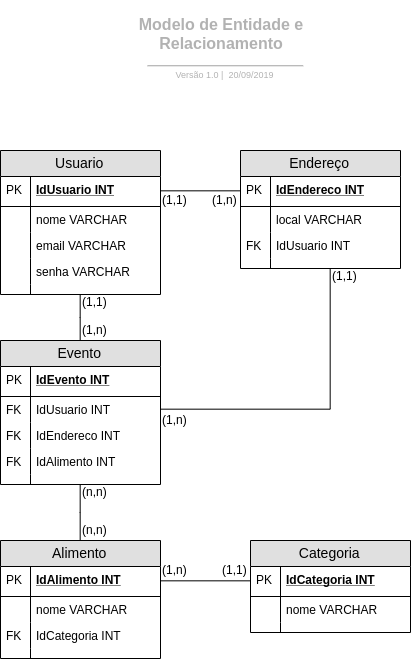
Above: docs/images/MER.png in fga-eps-mds/2019.2-FoodCare (draw.io), before the change. Source tidied: cells renumbered, new cells last; positions are measured from the earlier drawing's top-left corner, leaving out a move shared by most shapes. Its diagram source:
```xml
<mxGraphModel>
  <root>
    <mxCell id="0" />
    <mxCell id="1" parent="0" />
    <mxCell id="2" style="group;" parent="1" vertex="1">
      <mxGeometry x="130" width="190" height="83" as="geometry" />
    </mxCell>
    <mxCell id="3" style="group;" parent="2" vertex="1">
      <mxGeometry width="190" height="83" as="geometry" />
    </mxCell>
    <mxCell id="4" value="Modelo de Entidade e Relacionamento" style="html=1;whiteSpace=wrap;fontSize=16;fontColor=#b2b2b2;fontStyle=1;align=center;spacingLeft=5.628;spacingRight=9.38;spacingTop=2.68;spacing=4;strokeOpacity=0;fillOpacity=0;rounded=1;absoluteArcSize=1;arcSize=9.6;fillColor=#ffffff;strokeWidth=1.2;" parent="3" vertex="1">
      <mxGeometry width="187.7" height="65.2" as="geometry" />
    </mxCell>
    <mxCell id="5" style="html=1;jettySize=18;fontSize=11;strokeColor=#b2b2b2;strokeOpacity=100;strokeWidth=1.2;rounded=1;arcSize=16;startArrow=none;endArrow=none;exitX=0.11699004487890208;exitY=0.9673824779331781;exitPerimeter=1;entryX=0.892957226153803;entryY=0.9673824779331781;entryPerimeter=1;" parent="3" edge="1" source="4" target="4">
      <mxGeometry relative="1" as="geometry" />
    </mxCell>
    <mxCell id="6" value="Versão 1.0 |&amp;nbsp; 20/09/2019" style="html=1;whiteSpace=wrap;fontSize=9;fontColor=#b2b2b2;align=center;spacingLeft=5.628;spacingRight=9.38;spacingTop=2.68;spacing=4;strokeOpacity=0;fillOpacity=0;rounded=1;absoluteArcSize=1;arcSize=9.6;fillColor=#ffffff;strokeWidth=1.2;" parent="3" vertex="1">
      <mxGeometry x="1.7" y="65.2" width="188.3" height="17.8" as="geometry" />
    </mxCell>
    <mxCell id="7" value="Usuario" style="swimlane;fontStyle=0;horizontal=1;startSize=26;fillColor=#e0e0e0;swimlaneFillColor=#ffffff;align=center;fontSize=14;" parent="1" vertex="1">
      <mxGeometry y="150" width="160" height="144" as="geometry" />
    </mxCell>
    <mxCell id="8" value="IdUsuario INT" style="shape=partialRectangle;top=0;left=0;right=0;bottom=1;align=left;verticalAlign=middle;fillColor=none;spacingLeft=34;spacingRight=4;overflow=hidden;points=[[0,0.5],[1,0.5]];portConstraint=eastwest;fontStyle=5;fontSize=12;" parent="7" vertex="1">
      <mxGeometry y="26" width="160" height="30" as="geometry" />
    </mxCell>
    <mxCell id="9" value="PK" style="shape=partialRectangle;top=0;left=0;bottom=0;fillColor=none;align=left;verticalAlign=middle;spacingLeft=4;spacingRight=4;overflow=hidden;fontSize=12;" parent="8" vertex="1">
      <mxGeometry width="30" height="30" as="geometry" />
    </mxCell>
    <mxCell id="10" value="nome VARCHAR" style="shape=partialRectangle;top=0;left=0;right=0;bottom=0;align=left;verticalAlign=top;fillColor=none;spacingLeft=34;spacingRight=4;overflow=hidden;fontSize=12;" parent="7" vertex="1">
      <mxGeometry y="56" width="160" height="26" as="geometry" />
    </mxCell>
    <mxCell id="11" style="shape=partialRectangle;top=0;left=0;bottom=0;fillColor=none;align=left;verticalAlign=top;spacingLeft=4;spacingRight=4;overflow=hidden;fontSize=12;" parent="10" vertex="1">
      <mxGeometry width="30" height="26" as="geometry" />
    </mxCell>
    <mxCell id="12" value="email VARCHAR" style="shape=partialRectangle;top=0;left=0;right=0;bottom=0;align=left;verticalAlign=top;fillColor=none;spacingLeft=34;spacingRight=4;overflow=hidden;fontSize=12;" parent="7" vertex="1">
      <mxGeometry y="82" width="160" height="26" as="geometry" />
    </mxCell>
    <mxCell id="13" style="shape=partialRectangle;top=0;left=0;bottom=0;fillColor=none;align=left;verticalAlign=top;spacingLeft=4;spacingRight=4;overflow=hidden;fontSize=12;" parent="12" vertex="1">
      <mxGeometry width="30" height="26" as="geometry" />
    </mxCell>
    <mxCell id="14" value="senha VARCHAR" style="shape=partialRectangle;top=0;left=0;right=0;bottom=0;align=left;verticalAlign=top;fillColor=none;spacingLeft=34;spacingRight=4;overflow=hidden;fontSize=12;" parent="7" vertex="1">
      <mxGeometry y="108" width="160" height="26" as="geometry" />
    </mxCell>
    <mxCell id="15" style="shape=partialRectangle;top=0;left=0;bottom=0;fillColor=none;align=left;verticalAlign=top;spacingLeft=4;spacingRight=4;overflow=hidden;fontSize=12;" parent="14" vertex="1">
      <mxGeometry width="30" height="26" as="geometry" />
    </mxCell>
    <mxCell id="16" style="shape=partialRectangle;top=0;left=0;right=0;bottom=0;align=left;verticalAlign=top;fillColor=none;spacingLeft=34;spacingRight=4;overflow=hidden;fontSize=12;" parent="7" vertex="1">
      <mxGeometry y="134" width="160" height="10" as="geometry" />
    </mxCell>
    <mxCell id="17" style="shape=partialRectangle;top=0;left=0;bottom=0;fillColor=none;align=left;verticalAlign=top;spacingLeft=4;spacingRight=4;overflow=hidden;fontSize=12;" parent="16" vertex="1">
      <mxGeometry width="30" height="10" as="geometry" />
    </mxCell>
    <mxCell id="18" style="edgeStyle=orthogonalEdgeStyle;rounded=0;jettySize=auto;html=1;exitX=1;exitY=0.5;exitDx=0;exitDy=0;endArrow=none;endFill=0;entryX=0;entryY=0.5;entryDx=0;entryDy=0;" parent="1" edge="1" source="8" target="20">
      <mxGeometry relative="1" as="geometry" />
    </mxCell>
    <mxCell id="19" value="Endereço" style="swimlane;fontStyle=0;horizontal=1;startSize=26;fillColor=#e0e0e0;swimlaneFillColor=#ffffff;align=center;fontSize=14;" parent="1" vertex="1">
      <mxGeometry x="240" y="150" width="160" height="118" as="geometry" />
    </mxCell>
    <mxCell id="20" value="IdEndereco INT" style="shape=partialRectangle;top=0;left=0;right=0;bottom=1;align=left;verticalAlign=middle;fillColor=none;spacingLeft=34;spacingRight=4;overflow=hidden;points=[[0,0.5],[1,0.5]];portConstraint=eastwest;fontStyle=5;fontSize=12;" parent="19" vertex="1">
      <mxGeometry y="26" width="160" height="30" as="geometry" />
    </mxCell>
    <mxCell id="21" value="PK" style="shape=partialRectangle;top=0;left=0;bottom=0;fillColor=none;align=left;verticalAlign=middle;spacingLeft=4;spacingRight=4;overflow=hidden;fontSize=12;" parent="20" vertex="1">
      <mxGeometry width="30" height="30" as="geometry" />
    </mxCell>
    <mxCell id="22" value="local VARCHAR" style="shape=partialRectangle;top=0;left=0;right=0;bottom=0;align=left;verticalAlign=top;fillColor=none;spacingLeft=34;spacingRight=4;overflow=hidden;fontSize=12;" parent="19" vertex="1">
      <mxGeometry y="56" width="160" height="26" as="geometry" />
    </mxCell>
    <mxCell id="23" style="shape=partialRectangle;top=0;left=0;bottom=0;fillColor=none;align=left;verticalAlign=top;spacingLeft=4;spacingRight=4;overflow=hidden;fontSize=12;" parent="22" vertex="1">
      <mxGeometry width="30" height="26" as="geometry" />
    </mxCell>
    <mxCell id="24" value="IdUsuario INT" style="shape=partialRectangle;top=0;left=0;right=0;bottom=0;align=left;verticalAlign=top;fillColor=none;spacingLeft=34;spacingRight=4;overflow=hidden;fontSize=12;" parent="19" vertex="1">
      <mxGeometry y="82" width="160" height="26" as="geometry" />
    </mxCell>
    <mxCell id="25" value="FK" style="shape=partialRectangle;top=0;left=0;bottom=0;fillColor=none;align=left;verticalAlign=top;spacingLeft=4;spacingRight=4;overflow=hidden;fontSize=12;" parent="24" vertex="1">
      <mxGeometry width="30" height="26" as="geometry" />
    </mxCell>
    <mxCell id="26" style="shape=partialRectangle;top=0;left=0;right=0;bottom=0;align=left;verticalAlign=top;fillColor=none;spacingLeft=34;spacingRight=4;overflow=hidden;points=[[0,0.5],[1,0.5]];portConstraint=eastwest;fontSize=12;" parent="19" vertex="1">
      <mxGeometry y="108" width="160" height="10" as="geometry" />
    </mxCell>
    <mxCell id="27" style="shape=partialRectangle;top=0;left=0;bottom=0;fillColor=none;align=left;verticalAlign=top;spacingLeft=4;spacingRight=4;overflow=hidden;fontSize=12;" parent="26" vertex="1">
      <mxGeometry width="30" height="10" as="geometry" />
    </mxCell>
    <mxCell id="28" style="edgeStyle=orthogonalEdgeStyle;rounded=0;jettySize=auto;html=1;exitX=0.5;exitY=0;exitDx=0;exitDy=0;endArrow=none;endFill=0;" parent="1" edge="1" source="29" target="7">
      <mxGeometry relative="1" as="geometry" />
    </mxCell>
    <mxCell id="29" value="Evento" style="swimlane;fontStyle=0;horizontal=1;startSize=26;fillColor=#e0e0e0;swimlaneFillColor=#ffffff;align=center;fontSize=14;" parent="1" vertex="1">
      <mxGeometry y="340" width="160" height="144" as="geometry" />
    </mxCell>
    <mxCell id="30" value="IdEvento INT" style="shape=partialRectangle;top=0;left=0;right=0;bottom=1;align=left;verticalAlign=middle;fillColor=none;spacingLeft=34;spacingRight=4;overflow=hidden;fontStyle=5;fontSize=12;" parent="29" vertex="1">
      <mxGeometry y="26" width="160" height="30" as="geometry" />
    </mxCell>
    <mxCell id="31" value="PK" style="shape=partialRectangle;top=0;left=0;bottom=0;fillColor=none;align=left;verticalAlign=middle;spacingLeft=4;spacingRight=4;overflow=hidden;fontSize=12;" parent="30" vertex="1">
      <mxGeometry width="30" height="30" as="geometry" />
    </mxCell>
    <mxCell id="32" value="IdUsuario INT" style="shape=partialRectangle;top=0;left=0;right=0;bottom=0;align=left;verticalAlign=top;fillColor=none;spacingLeft=34;spacingRight=4;overflow=hidden;fontSize=12;" parent="29" vertex="1">
      <mxGeometry y="56" width="160" height="26" as="geometry" />
    </mxCell>
    <mxCell id="33" value="FK" style="shape=partialRectangle;top=0;left=0;bottom=0;fillColor=none;align=left;verticalAlign=top;spacingLeft=4;spacingRight=4;overflow=hidden;fontSize=12;" parent="32" vertex="1">
      <mxGeometry width="30" height="26" as="geometry" />
    </mxCell>
    <mxCell id="34" value="IdEndereco INT" style="shape=partialRectangle;top=0;left=0;right=0;bottom=0;align=left;verticalAlign=top;fillColor=none;spacingLeft=34;spacingRight=4;overflow=hidden;fontSize=12;" parent="29" vertex="1">
      <mxGeometry y="82" width="160" height="26" as="geometry" />
    </mxCell>
    <mxCell id="35" value="FK" style="shape=partialRectangle;top=0;left=0;bottom=0;fillColor=none;align=left;verticalAlign=top;spacingLeft=4;spacingRight=4;overflow=hidden;fontSize=12;" parent="34" vertex="1">
      <mxGeometry width="30" height="26" as="geometry" />
    </mxCell>
    <mxCell id="36" value="IdAlimento INT" style="shape=partialRectangle;top=0;left=0;right=0;bottom=0;align=left;verticalAlign=top;fillColor=none;spacingLeft=34;spacingRight=4;overflow=hidden;fontSize=12;" parent="29" vertex="1">
      <mxGeometry y="108" width="160" height="26" as="geometry" />
    </mxCell>
    <mxCell id="37" value="FK" style="shape=partialRectangle;top=0;left=0;bottom=0;fillColor=none;align=left;verticalAlign=top;spacingLeft=4;spacingRight=4;overflow=hidden;fontSize=12;" parent="36" vertex="1">
      <mxGeometry width="30" height="26" as="geometry" />
    </mxCell>
    <mxCell id="38" style="shape=partialRectangle;top=0;left=0;right=0;bottom=0;align=left;verticalAlign=top;fillColor=none;spacingLeft=34;spacingRight=4;overflow=hidden;fontSize=12;" parent="29" vertex="1">
      <mxGeometry y="134" width="160" height="10" as="geometry" />
    </mxCell>
    <mxCell id="39" style="shape=partialRectangle;top=0;left=0;bottom=0;fillColor=none;align=left;verticalAlign=top;spacingLeft=4;spacingRight=4;overflow=hidden;fontSize=12;" parent="38" vertex="1">
      <mxGeometry width="30" height="10" as="geometry" />
    </mxCell>
    <mxCell id="40" style="edgeStyle=orthogonalEdgeStyle;rounded=0;jettySize=auto;html=1;exitX=1;exitY=0.5;exitDx=0;exitDy=0;entryX=0.556;entryY=1;entryDx=0;entryDy=0;entryPerimeter=0;endArrow=none;endFill=0;" parent="1" edge="1" target="26">
      <mxGeometry relative="1" as="geometry">
        <mxPoint x="160" y="409" as="sourcePoint" />
        <Array as="points">
          <mxPoint x="329" y="409" />
        </Array>
      </mxGeometry>
    </mxCell>
    <mxCell id="41" style="edgeStyle=orthogonalEdgeStyle;rounded=0;jettySize=auto;html=1;exitX=0.5;exitY=0;exitDx=0;exitDy=0;endArrow=none;endFill=0;" parent="1" edge="1" source="42" target="29">
      <mxGeometry relative="1" as="geometry" />
    </mxCell>
    <mxCell id="42" value="Alimento" style="swimlane;fontStyle=0;horizontal=1;startSize=26;fillColor=#e0e0e0;swimlaneFillColor=#ffffff;align=center;fontSize=14;" parent="1" vertex="1">
      <mxGeometry y="540" width="160" height="118" as="geometry" />
    </mxCell>
    <mxCell id="43" value="IdAlimento INT" style="shape=partialRectangle;top=0;left=0;right=0;bottom=1;align=left;verticalAlign=middle;fillColor=none;spacingLeft=34;spacingRight=4;overflow=hidden;points=[[0,0.5],[1,0.5]];portConstraint=eastwest;fontStyle=5;fontSize=12;" parent="42" vertex="1">
      <mxGeometry y="26" width="160" height="30" as="geometry" />
    </mxCell>
    <mxCell id="44" value="PK" style="shape=partialRectangle;top=0;left=0;bottom=0;fillColor=none;align=left;verticalAlign=middle;spacingLeft=4;spacingRight=4;overflow=hidden;fontSize=12;" parent="43" vertex="1">
      <mxGeometry width="30" height="30" as="geometry" />
    </mxCell>
    <mxCell id="45" value="nome VARCHAR" style="shape=partialRectangle;top=0;left=0;right=0;bottom=0;align=left;verticalAlign=top;fillColor=none;spacingLeft=34;spacingRight=4;overflow=hidden;fontSize=12;" parent="42" vertex="1">
      <mxGeometry y="56" width="160" height="26" as="geometry" />
    </mxCell>
    <mxCell id="46" style="shape=partialRectangle;top=0;left=0;bottom=0;fillColor=none;align=left;verticalAlign=top;spacingLeft=4;spacingRight=4;overflow=hidden;fontSize=12;" parent="45" vertex="1">
      <mxGeometry width="30" height="26" as="geometry" />
    </mxCell>
    <mxCell id="47" value="IdCategoria INT" style="shape=partialRectangle;top=0;left=0;right=0;bottom=0;align=left;verticalAlign=top;fillColor=none;spacingLeft=34;spacingRight=4;overflow=hidden;fontSize=12;" parent="42" vertex="1">
      <mxGeometry y="82" width="160" height="26" as="geometry" />
    </mxCell>
    <mxCell id="48" value="FK" style="shape=partialRectangle;top=0;left=0;bottom=0;fillColor=none;align=left;verticalAlign=top;spacingLeft=4;spacingRight=4;overflow=hidden;fontSize=12;" parent="47" vertex="1">
      <mxGeometry width="30" height="26" as="geometry" />
    </mxCell>
    <mxCell id="49" style="shape=partialRectangle;top=0;left=0;right=0;bottom=0;align=left;verticalAlign=top;fillColor=none;spacingLeft=34;spacingRight=4;overflow=hidden;fontSize=12;" parent="42" vertex="1">
      <mxGeometry y="108" width="160" height="10" as="geometry" />
    </mxCell>
    <mxCell id="50" style="shape=partialRectangle;top=0;left=0;bottom=0;fillColor=none;align=left;verticalAlign=top;spacingLeft=4;spacingRight=4;overflow=hidden;fontSize=12;" parent="49" vertex="1">
      <mxGeometry width="30" height="10" as="geometry" />
    </mxCell>
    <mxCell id="51" value="Categoria" style="swimlane;fontStyle=0;horizontal=1;startSize=26;fillColor=#e0e0e0;swimlaneFillColor=#ffffff;align=center;fontSize=14;" parent="1" vertex="1">
      <mxGeometry x="250" y="540" width="160" height="92" as="geometry" />
    </mxCell>
    <mxCell id="52" value="IdCategoria INT" style="shape=partialRectangle;top=0;left=0;right=0;bottom=1;align=left;verticalAlign=middle;fillColor=none;spacingLeft=34;spacingRight=4;overflow=hidden;points=[[0,0.5],[1,0.5]];portConstraint=eastwest;fontStyle=5;fontSize=12;" parent="51" vertex="1">
      <mxGeometry y="26" width="160" height="30" as="geometry" />
    </mxCell>
    <mxCell id="53" value="PK" style="shape=partialRectangle;top=0;left=0;bottom=0;fillColor=none;align=left;verticalAlign=middle;spacingLeft=4;spacingRight=4;overflow=hidden;fontSize=12;" parent="52" vertex="1">
      <mxGeometry width="30" height="30" as="geometry" />
    </mxCell>
    <mxCell id="54" value="nome VARCHAR" style="shape=partialRectangle;top=0;left=0;right=0;bottom=0;align=left;verticalAlign=top;fillColor=none;spacingLeft=34;spacingRight=4;overflow=hidden;fontSize=12;" parent="51" vertex="1">
      <mxGeometry y="56" width="160" height="26" as="geometry" />
    </mxCell>
    <mxCell id="55" style="shape=partialRectangle;top=0;left=0;bottom=0;fillColor=none;align=left;verticalAlign=top;spacingLeft=4;spacingRight=4;overflow=hidden;fontSize=12;" parent="54" vertex="1">
      <mxGeometry width="30" height="26" as="geometry" />
    </mxCell>
    <mxCell id="56" style="shape=partialRectangle;top=0;left=0;right=0;bottom=0;align=left;verticalAlign=top;fillColor=none;spacingLeft=34;spacingRight=4;overflow=hidden;fontSize=12;" parent="51" vertex="1">
      <mxGeometry y="82" width="160" height="10" as="geometry" />
    </mxCell>
    <mxCell id="57" style="shape=partialRectangle;top=0;left=0;bottom=0;fillColor=none;align=left;verticalAlign=top;spacingLeft=4;spacingRight=4;overflow=hidden;fontSize=12;" parent="56" vertex="1">
      <mxGeometry width="30" height="10" as="geometry" />
    </mxCell>
    <mxCell id="58" style="edgeStyle=orthogonalEdgeStyle;rounded=0;jettySize=auto;html=1;exitX=1;exitY=0.5;exitDx=0;exitDy=0;entryX=0;entryY=0.5;entryDx=0;entryDy=0;endArrow=none;endFill=0;" parent="1" edge="1" source="43" target="52">
      <mxGeometry relative="1" as="geometry" />
    </mxCell>
    <mxCell id="59" value="(1,1)" style="text;html=1;align=left;verticalAlign=top;spacingTop=-4;" parent="1" vertex="1">
      <mxGeometry x="160" y="190" width="40" height="20" as="geometry" />
    </mxCell>
    <mxCell id="60" value="(1,n)" style="text;html=1;align=left;verticalAlign=top;spacingTop=-4;" parent="1" vertex="1">
      <mxGeometry x="210" y="190" width="40" height="20" as="geometry" />
    </mxCell>
    <mxCell id="61" value="(1,1)" style="text;html=1;align=left;verticalAlign=top;spacingTop=-4;" parent="1" vertex="1">
      <mxGeometry x="80" y="292" width="40" height="20" as="geometry" />
    </mxCell>
    <mxCell id="62" value="(1,n)" style="text;html=1;align=left;verticalAlign=top;spacingTop=-4;" parent="1" vertex="1">
      <mxGeometry x="80" y="320" width="40" height="20" as="geometry" />
    </mxCell>
    <mxCell id="63" value="(1,1)" style="text;html=1;align=left;verticalAlign=top;spacingTop=-4;" parent="1" vertex="1">
      <mxGeometry x="330" y="266" width="40" height="20" as="geometry" />
    </mxCell>
    <mxCell id="64" value="(1,n)" style="text;html=1;align=left;verticalAlign=top;spacingTop=-4;" parent="1" vertex="1">
      <mxGeometry x="160" y="410" width="40" height="20" as="geometry" />
    </mxCell>
    <mxCell id="65" value="(n,n)" style="text;html=1;align=left;verticalAlign=top;spacingTop=-4;" parent="1" vertex="1">
      <mxGeometry x="80" y="482" width="40" height="20" as="geometry" />
    </mxCell>
    <mxCell id="66" value="(n,n)" style="text;html=1;align=left;verticalAlign=top;spacingTop=-4;" parent="1" vertex="1">
      <mxGeometry x="80" y="520" width="40" height="20" as="geometry" />
    </mxCell>
    <mxCell id="67" value="(1,1)" style="text;html=1;align=left;verticalAlign=top;spacingTop=-4;" parent="1" vertex="1">
      <mxGeometry x="220" y="560" width="40" height="20" as="geometry" />
    </mxCell>
    <mxCell id="68" value="(1,n)" style="text;html=1;align=left;verticalAlign=top;spacingTop=-4;" parent="1" vertex="1">
      <mxGeometry x="160" y="560" width="40" height="20" as="geometry" />
    </mxCell>
  </root>
</mxGraphModel>
```
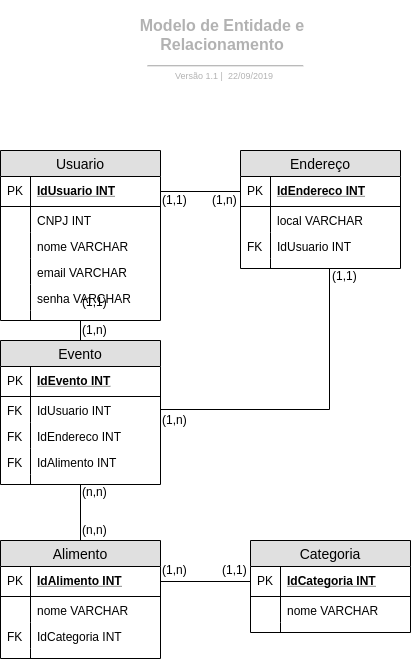
The same diagram one commit later.

Commit message:
Corrige MER

Change to the diagram source:
```diff
@@ -14,11 +14,11 @@
     <mxCell id="5" style="html=1;jettySize=18;fontSize=11;strokeColor=#b2b2b2;strokeOpacity=100;strokeWidth=1.2;rounded=1;arcSize=16;startArrow=none;endArrow=none;exitX=0.11699004487890208;exitY=0.9673824779331781;exitPerimeter=1;entryX=0.892957226153803;entryY=0.9673824779331781;entryPerimeter=1;" parent="3" edge="1" source="4" target="4">
       <mxGeometry relative="1" as="geometry" />
     </mxCell>
-    <mxCell id="6" value="Versão 1.0 |&amp;nbsp; 20/09/2019" style="html=1;whiteSpace=wrap;fontSize=9;fontColor=#b2b2b2;align=center;spacingLeft=5.628;spacingRight=9.38;spacingTop=2.68;spacing=4;strokeOpacity=0;fillOpacity=0;rounded=1;absoluteArcSize=1;arcSize=9.6;fillColor=#ffffff;strokeWidth=1.2;" parent="3" vertex="1">
+    <mxCell id="6" value="Versão 1.1 |&amp;nbsp; 22/09/2019" style="html=1;whiteSpace=wrap;fontSize=9;fontColor=#b2b2b2;align=center;spacingLeft=5.628;spacingRight=9.38;spacingTop=2.68;spacing=4;strokeOpacity=0;fillOpacity=0;rounded=1;absoluteArcSize=1;arcSize=9.6;fillColor=#ffffff;strokeWidth=1.2;" parent="3" vertex="1">
       <mxGeometry x="1.7" y="65.2" width="188.3" height="17.8" as="geometry" />
     </mxCell>
     <mxCell id="7" value="Usuario" style="swimlane;fontStyle=0;horizontal=1;startSize=26;fillColor=#e0e0e0;swimlaneFillColor=#ffffff;align=center;fontSize=14;" parent="1" vertex="1">
-      <mxGeometry y="150" width="160" height="144" as="geometry" />
+      <mxGeometry y="150" width="160" height="170" as="geometry" />
     </mxCell>
     <mxCell id="8" value="IdUsuario INT" style="shape=partialRectangle;top=0;left=0;right=0;bottom=1;align=left;verticalAlign=middle;fillColor=none;spacingLeft=34;spacingRight=4;overflow=hidden;points=[[0,0.5],[1,0.5]];portConstraint=eastwest;fontStyle=5;fontSize=12;" parent="7" vertex="1">
       <mxGeometry y="26" width="160" height="30" as="geometry" />
@@ -26,26 +26,32 @@
     <mxCell id="9" value="PK" style="shape=partialRectangle;top=0;left=0;bottom=0;fillColor=none;align=left;verticalAlign=middle;spacingLeft=4;spacingRight=4;overflow=hidden;fontSize=12;" parent="8" vertex="1">
       <mxGeometry width="30" height="30" as="geometry" />
     </mxCell>
+    <mxCell id="69" value="CNPJ INT" style="shape=partialRectangle;top=0;left=0;right=0;bottom=0;align=left;verticalAlign=top;fillColor=none;spacingLeft=34;spacingRight=4;overflow=hidden;fontSize=12;" parent="7" vertex="1">
+      <mxGeometry y="56" width="160" height="26" as="geometry" />
+    </mxCell>
+    <mxCell id="70" style="shape=partialRectangle;top=0;left=0;bottom=0;fillColor=none;align=left;verticalAlign=top;spacingLeft=4;spacingRight=4;overflow=hidden;fontSize=12;" parent="69" vertex="1">
+      <mxGeometry width="30" height="26" as="geometry" />
+    </mxCell>
     <mxCell id="10" value="nome VARCHAR" style="shape=partialRectangle;top=0;left=0;right=0;bottom=0;align=left;verticalAlign=top;fillColor=none;spacingLeft=34;spacingRight=4;overflow=hidden;fontSize=12;" parent="7" vertex="1">
-      <mxGeometry y="56" width="160" height="26" as="geometry" />
+      <mxGeometry y="82" width="160" height="26" as="geometry" />
     </mxCell>
     <mxCell id="11" style="shape=partialRectangle;top=0;left=0;bottom=0;fillColor=none;align=left;verticalAlign=top;spacingLeft=4;spacingRight=4;overflow=hidden;fontSize=12;" parent="10" vertex="1">
       <mxGeometry width="30" height="26" as="geometry" />
     </mxCell>
     <mxCell id="12" value="email VARCHAR" style="shape=partialRectangle;top=0;left=0;right=0;bottom=0;align=left;verticalAlign=top;fillColor=none;spacingLeft=34;spacingRight=4;overflow=hidden;fontSize=12;" parent="7" vertex="1">
-      <mxGeometry y="82" width="160" height="26" as="geometry" />
+      <mxGeometry y="108" width="160" height="26" as="geometry" />
     </mxCell>
     <mxCell id="13" style="shape=partialRectangle;top=0;left=0;bottom=0;fillColor=none;align=left;verticalAlign=top;spacingLeft=4;spacingRight=4;overflow=hidden;fontSize=12;" parent="12" vertex="1">
       <mxGeometry width="30" height="26" as="geometry" />
     </mxCell>
     <mxCell id="14" value="senha VARCHAR" style="shape=partialRectangle;top=0;left=0;right=0;bottom=0;align=left;verticalAlign=top;fillColor=none;spacingLeft=34;spacingRight=4;overflow=hidden;fontSize=12;" parent="7" vertex="1">
-      <mxGeometry y="108" width="160" height="26" as="geometry" />
+      <mxGeometry y="134" width="160" height="26" as="geometry" />
     </mxCell>
     <mxCell id="15" style="shape=partialRectangle;top=0;left=0;bottom=0;fillColor=none;align=left;verticalAlign=top;spacingLeft=4;spacingRight=4;overflow=hidden;fontSize=12;" parent="14" vertex="1">
       <mxGeometry width="30" height="26" as="geometry" />
     </mxCell>
     <mxCell id="16" style="shape=partialRectangle;top=0;left=0;right=0;bottom=0;align=left;verticalAlign=top;fillColor=none;spacingLeft=34;spacingRight=4;overflow=hidden;fontSize=12;" parent="7" vertex="1">
-      <mxGeometry y="134" width="160" height="10" as="geometry" />
+      <mxGeometry y="160" width="160" height="10" as="geometry" />
     </mxCell>
     <mxCell id="17" style="shape=partialRectangle;top=0;left=0;bottom=0;fillColor=none;align=left;verticalAlign=top;spacingLeft=4;spacingRight=4;overflow=hidden;fontSize=12;" parent="16" vertex="1">
       <mxGeometry width="30" height="10" as="geometry" />
```
